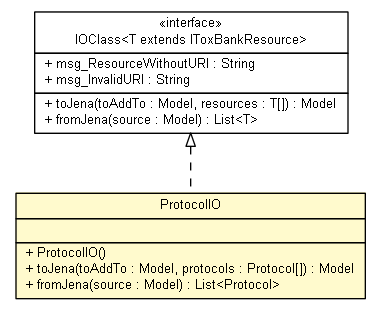
ToxBank/toxbank-api-beans keeps this Graphviz diagram as apidocs/net/toxbank/client/io/rdf/ProtocolIO.png. Above is the earlier version. Its source is kept beside it as apidocs/net/toxbank/client/io/rdf/ProtocolIO.dot. Its diagram source:
```dot

digraph G {
	edge [fontname="arial",fontsize=10,labelfontname="arial",labelfontsize=10];
	node [fontname="arial",fontsize=10,shape=plaintext];
	c259 [label=<<table border="0" cellborder="1" cellspacing="0" cellpadding="2" port="p" bgcolor="lemonChiffon" href="./ProtocolIO.html">
		<tr><td><table border="0" cellspacing="0" cellpadding="1">
			<tr><td> ProtocolIO </td></tr>
		</table></td></tr>
		<tr><td><table border="0" cellspacing="0" cellpadding="1">
			<tr><td align="left">  </td></tr>
		</table></td></tr>
		<tr><td><table border="0" cellspacing="0" cellpadding="1">
			<tr><td align="left"> + ProtocolIO() </td></tr>
			<tr><td align="left"> + toJena(toAddTo : Model, protocols : Protocol[]) : Model </td></tr>
			<tr><td align="left"> + fromJena(source : Model) : List&lt;Protocol&gt; </td></tr>
		</table></td></tr>
		</table>>, fontname="arial", fontcolor="black", fontsize=10.0];
	c262 [label=<<table border="0" cellborder="1" cellspacing="0" cellpadding="2" port="p" href="./IOClass.html">
		<tr><td><table border="0" cellspacing="0" cellpadding="1">
			<tr><td> &laquo;interface&raquo; </td></tr>
			<tr><td> IOClass&lt;T extends IToxBankResource&gt; </td></tr>
		</table></td></tr>
		<tr><td><table border="0" cellspacing="0" cellpadding="1">
			<tr><td align="left"> + msg_ResourceWithoutURI : String </td></tr>
			<tr><td align="left"> + msg_InvalidURI : String </td></tr>
		</table></td></tr>
		<tr><td><table border="0" cellspacing="0" cellpadding="1">
			<tr><td align="left"> + toJena(toAddTo : Model, resources : T[]) : Model </td></tr>
			<tr><td align="left"> + fromJena(source : Model) : List&lt;T&gt; </td></tr>
		</table></td></tr>
		</table>>, fontname="arial", fontcolor="black", fontsize=10.0];
	c262:p -> c259:p [dir=back,arrowtail=empty,style=dashed];
}
```
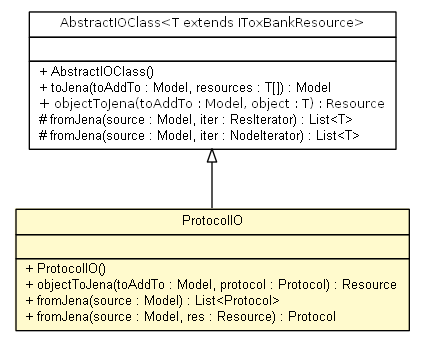
After the change.

Change to the diagram source:
```diff
@@ -2,7 +2,7 @@
 digraph G {
 	edge [fontname="arial",fontsize=10,labelfontname="arial",labelfontsize=10];
 	node [fontname="arial",fontsize=10,shape=plaintext];
-	c259 [label=<<table border="0" cellborder="1" cellspacing="0" cellpadding="2" port="p" bgcolor="lemonChiffon" href="./ProtocolIO.html">
+	c277 [label=<<table border="0" cellborder="1" cellspacing="0" cellpadding="2" port="p" bgcolor="lemonChiffon" href="./ProtocolIO.html">
 		<tr><td><table border="0" cellspacing="0" cellpadding="1">
 			<tr><td> ProtocolIO </td></tr>
 		</table></td></tr>
@@ -11,23 +11,25 @@
 		</table></td></tr>
 		<tr><td><table border="0" cellspacing="0" cellpadding="1">
 			<tr><td align="left"> + ProtocolIO() </td></tr>
-			<tr><td align="left"> + toJena(toAddTo : Model, protocols : Protocol[]) : Model </td></tr>
+			<tr><td align="left"> + objectToJena(toAddTo : Model, protocol : Protocol) : Resource </td></tr>
 			<tr><td align="left"> + fromJena(source : Model) : List&lt;Protocol&gt; </td></tr>
+			<tr><td align="left"> + fromJena(source : Model, res : Resource) : Protocol </td></tr>
 		</table></td></tr>
 		</table>>, fontname="arial", fontcolor="black", fontsize=10.0];
-	c262 [label=<<table border="0" cellborder="1" cellspacing="0" cellpadding="2" port="p" href="./IOClass.html">
+	c285 [label=<<table border="0" cellborder="1" cellspacing="0" cellpadding="2" port="p" href="./AbstractIOClass.html">
 		<tr><td><table border="0" cellspacing="0" cellpadding="1">
-			<tr><td> &laquo;interface&raquo; </td></tr>
-			<tr><td> IOClass&lt;T extends IToxBankResource&gt; </td></tr>
+			<tr><td><font face="ariali"> AbstractIOClass&lt;T extends IToxBankResource&gt; </font></td></tr>
 		</table></td></tr>
 		<tr><td><table border="0" cellspacing="0" cellpadding="1">
-			<tr><td align="left"> + msg_ResourceWithoutURI : String </td></tr>
-			<tr><td align="left"> + msg_InvalidURI : String </td></tr>
+			<tr><td align="left">  </td></tr>
 		</table></td></tr>
 		<tr><td><table border="0" cellspacing="0" cellpadding="1">
+			<tr><td align="left"> + AbstractIOClass() </td></tr>
 			<tr><td align="left"> + toJena(toAddTo : Model, resources : T[]) : Model </td></tr>
-			<tr><td align="left"> + fromJena(source : Model) : List&lt;T&gt; </td></tr>
+			<tr><td align="left"><font face="ariali" point-size="10.0"> + objectToJena(toAddTo : Model, object : T) : Resource </font></td></tr>
+			<tr><td align="left"> # fromJena(source : Model, iter : ResIterator) : List&lt;T&gt; </td></tr>
+			<tr><td align="left"> # fromJena(source : Model, iter : NodeIterator) : List&lt;T&gt; </td></tr>
 		</table></td></tr>
 		</table>>, fontname="arial", fontcolor="black", fontsize=10.0];
-	c262:p -> c259:p [dir=back,arrowtail=empty,style=dashed];
+	c285:p -> c277:p [dir=back,arrowtail=empty];
 }
```
